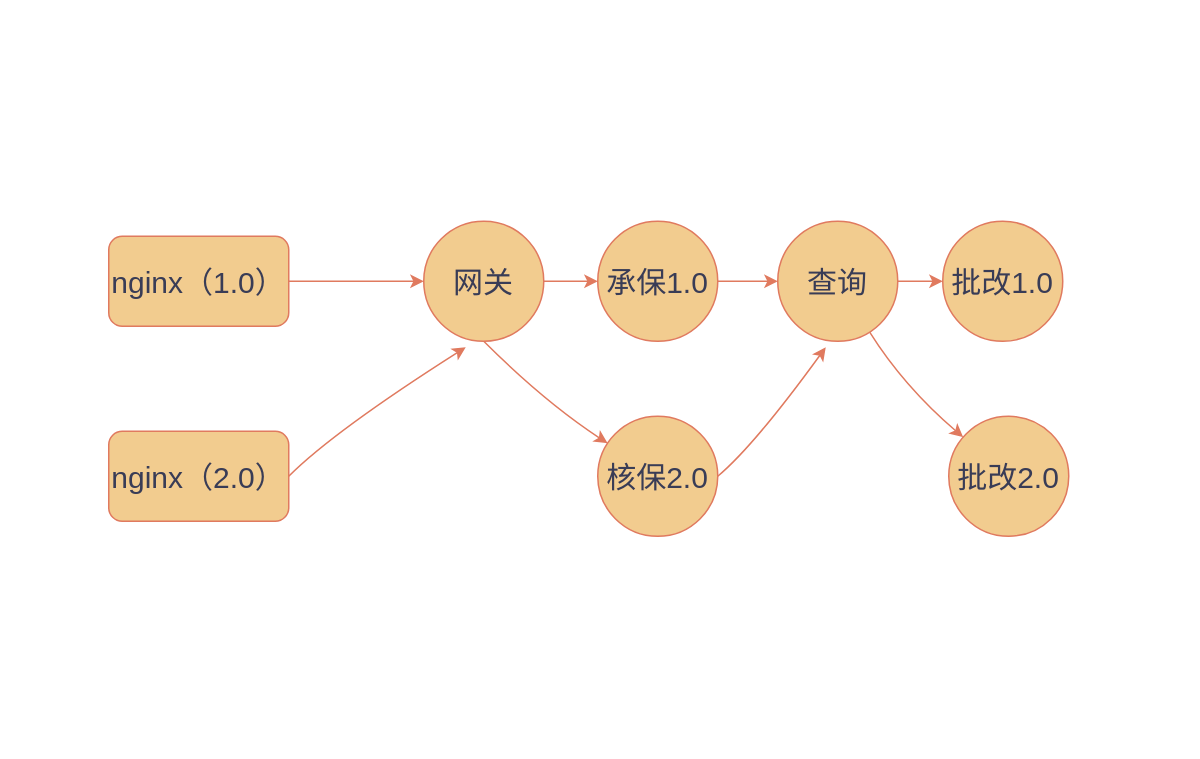
Above: 未命名绘图.drawio in java-zengguang/images (draw.io), before the change. Source tidied: cells renumbered, new cells numbered last; positions are measured from the earlier drawing's top-left corner, leaving out a move shared by most shapes. Both pictures are drawn from the tidied source at 150%, with x=0, y=0 at pixel (108, 220).
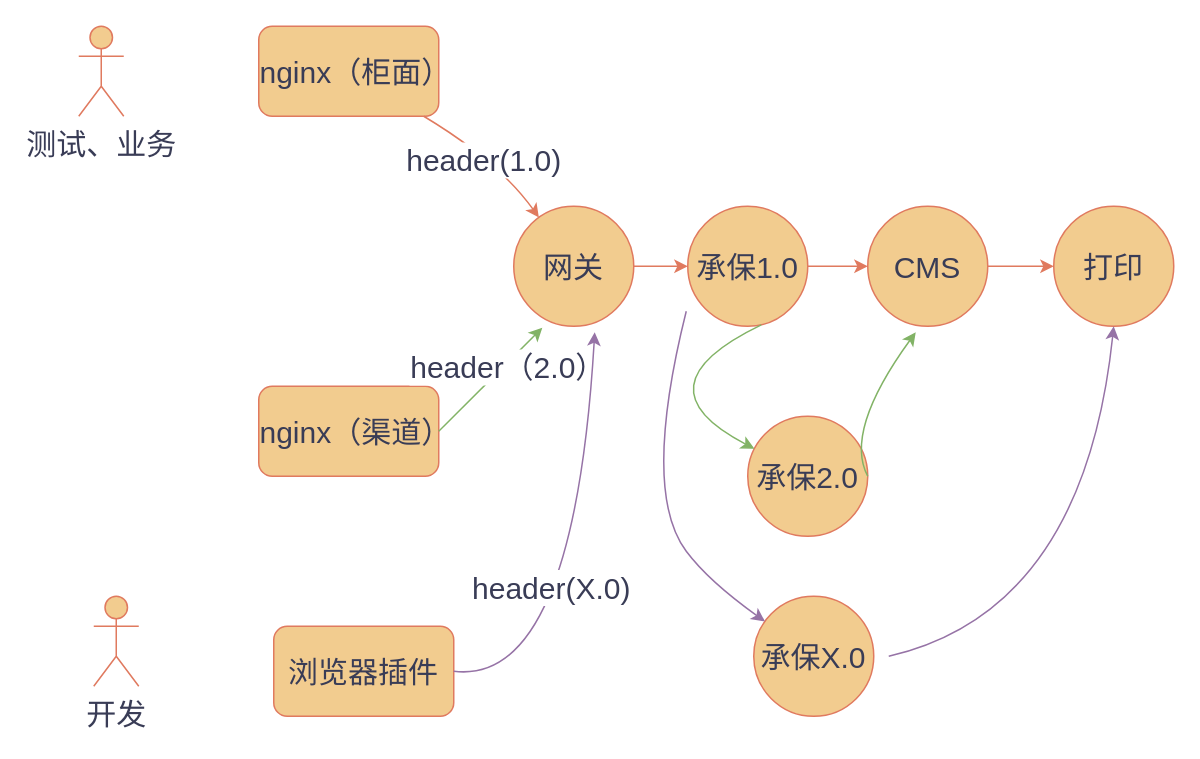
After the change.

Commit message:
更新未命名绘图.drawio

What changed in the source:
```diff
@@
     <mxCell id="3" value="&lt;font style=&quot;font-size: 20px;&quot;&gt;网关&lt;/font&gt;" style="ellipse;whiteSpace=wrap;html=1;labelBackgroundColor=none;fillColor=#F2CC8F;strokeColor=#E07A5F;fontColor=#393C56;" parent="1" vertex="1">
-      <mxGeometry x="210" width="80" height="80" as="geometry" />
+      <mxGeometry x="270" y="-10" width="80" height="80" as="geometry" />
     </mxCell>
@@
     <mxCell id="5" value="&lt;font style=&quot;font-size: 20px;&quot;&gt;承保1.0&lt;/font&gt;" style="ellipse;whiteSpace=wrap;html=1;labelBackgroundColor=none;fillColor=#F2CC8F;strokeColor=#E07A5F;fontColor=#393C56;" parent="1" vertex="1">
-      <mxGeometry x="326" width="80" height="80" as="geometry" />
+      <mxGeometry x="386" y="-10" width="80" height="80" as="geometry" />
     </mxCell>
-    <mxCell id="6" style="edgeStyle=orthogonalEdgeStyle;rounded=0;jettySize=auto;html=1;labelBackgroundColor=none;strokeColor=#E07A5F;fontColor=default;" parent="1" edge="1" source="7" target="11">
+    <mxCell id="6" style="edgeStyle=orthogonalEdgeStyle;rounded=0;jettySize=auto;html=1;labelBackgroundColor=none;strokeColor=#E07A5F;fontColor=default;" parent="1" edge="1" source="7" target="19">
       <mxGeometry relative="1" as="geometry" />
     </mxCell>
-    <mxCell id="7" value="&lt;font style=&quot;font-size: 20px;&quot;&gt;查询&lt;/font&gt;" style="ellipse;whiteSpace=wrap;html=1;labelBackgroundColor=none;fillColor=#F2CC8F;strokeColor=#E07A5F;fontColor=#393C56;" parent="1" vertex="1">
-      <mxGeometry x="446" width="80" height="80" as="geometry" />
+    <mxCell id="7" value="&lt;font style=&quot;font-size: 20px;&quot;&gt;CMS&lt;/font&gt;" style="ellipse;whiteSpace=wrap;html=1;labelBackgroundColor=none;fillColor=#F2CC8F;strokeColor=#E07A5F;fontColor=#393C56;" parent="1" vertex="1">
+      <mxGeometry x="506" y="-10" width="80" height="80" as="geometry" />
     </mxCell>
-    <mxCell id="8" value="&lt;font style=&quot;font-size: 20px;&quot;&gt;核保2.0&lt;/font&gt;" style="ellipse;whiteSpace=wrap;html=1;labelBackgroundColor=none;fillColor=#F2CC8F;strokeColor=#E07A5F;fontColor=#393C56;" parent="1" vertex="1">
-      <mxGeometry x="326" y="130" width="80" height="80" as="geometry" />
+    <mxCell id="8" value="&lt;font style=&quot;font-size: 20px;&quot;&gt;承保2.0&lt;/font&gt;" style="ellipse;whiteSpace=wrap;html=1;labelBackgroundColor=none;fillColor=#F2CC8F;strokeColor=#E07A5F;fontColor=#393C56;" parent="1" vertex="1">
+      <mxGeometry x="426" y="130" width="80" height="80" as="geometry" />
     </mxCell>
-    <mxCell id="9" style="edgeStyle=orthogonalEdgeStyle;rounded=0;jettySize=auto;html=1;labelBackgroundColor=none;strokeColor=#E07A5F;fontColor=default;" parent="1" edge="1" source="10" target="3">
-      <mxGeometry relative="1" as="geometry" />
-    </mxCell>
-    <mxCell id="10" value="&lt;font style=&quot;font-size: 20px;&quot;&gt;nginx（1.0）&lt;/font&gt;" style="rounded=1;whiteSpace=wrap;html=1;labelBackgroundColor=none;fillColor=#F2CC8F;strokeColor=#E07A5F;fontColor=#393C56;" parent="1" vertex="1">
-      <mxGeometry y="10" width="120" height="60" as="geometry" />
+    <mxCell id="10" value="&lt;font style=&quot;font-size: 20px;&quot;&gt;nginx（柜面）&lt;/font&gt;" style="rounded=1;whiteSpace=wrap;html=1;labelBackgroundColor=none;fillColor=#F2CC8F;strokeColor=#E07A5F;fontColor=#393C56;" parent="1" vertex="1">
+      <mxGeometry x="100" y="-130" width="120" height="60" as="geometry" />
     </mxCell>
-    <mxCell id="11" value="&lt;font style=&quot;font-size: 20px;&quot;&gt;批改1.0&lt;/font&gt;" style="ellipse;whiteSpace=wrap;html=1;labelBackgroundColor=none;fillColor=#F2CC8F;strokeColor=#E07A5F;fontColor=#393C56;" parent="1" vertex="1">
-      <mxGeometry x="556" width="80" height="80" as="geometry" />
-    </mxCell>
-    <mxCell id="12" value="&lt;font style=&quot;font-size: 20px;&quot;&gt;批改2.0&lt;/font&gt;" style="ellipse;whiteSpace=wrap;html=1;labelBackgroundColor=none;fillColor=#F2CC8F;strokeColor=#E07A5F;fontColor=#393C56;" parent="1" vertex="1">
-      <mxGeometry x="560" y="130" width="80" height="80" as="geometry" />
-    </mxCell>
-    <mxCell id="13" value="&lt;font style=&quot;font-size: 20px;&quot;&gt;nginx（2.0）&lt;/font&gt;" style="rounded=1;whiteSpace=wrap;html=1;labelBackgroundColor=none;fillColor=#F2CC8F;strokeColor=#E07A5F;fontColor=#393C56;" parent="1" vertex="1">
-      <mxGeometry y="140" width="120" height="60" as="geometry" />
+    <mxCell id="13" value="&lt;font style=&quot;font-size: 20px;&quot;&gt;nginx（渠道）&lt;/font&gt;" style="rounded=1;whiteSpace=wrap;html=1;labelBackgroundColor=none;fillColor=#F2CC8F;strokeColor=#E07A5F;fontColor=#393C56;" parent="1" vertex="1">
+      <mxGeometry x="100" y="110" width="120" height="60" as="geometry" />
     </mxCell>
-    <mxCell id="14" style="curved=1;endArrow=classic;html=1;rounded=0;entryX=0.35;entryY=1.05;entryDx=0;entryDy=0;entryPerimeter=0;exitX=1;exitY=0.5;exitDx=0;exitDy=0;labelBackgroundColor=none;strokeColor=#E07A5F;fontColor=default;" parent="1" edge="1" source="13" target="3">
-      <mxGeometry relative="1" as="geometry">
-        <Array as="points">
-          <mxPoint x="150" y="140" />
-        </Array>
-      </mxGeometry>
+    <mxCell id="14" style="curved=1;endArrow=classic;html=1;rounded=0;entryX=0.238;entryY=1.013;entryDx=0;entryDy=0;entryPerimeter=0;exitX=1;exitY=0.5;exitDx=0;exitDy=0;labelBackgroundColor=none;strokeColor=#82b366;fontColor=default;fillColor=#d5e8d4;" parent="1" edge="1" source="13" target="3">
+      <mxGeometry relative="1" as="geometry" />
     </mxCell>
+    <mxCell id="18" value="&lt;font style=&quot;font-size: 20px;&quot;&gt;header（2.0）&lt;/font&gt;" style="edgeLabel;html=1;align=center;verticalAlign=middle;strokeColor=#E07A5F;fontColor=#393C56;fillColor=#F2CC8F;" parent="14" vertex="1">
+      <mxGeometry x="-0.17" relative="1" as="geometry">
+        <mxPoint x="17" y="-15" as="offset" />
+      </mxGeometry>
+    </mxCell>
-    <mxCell id="15" style="curved=1;endArrow=classic;html=1;rounded=0;exitX=0.5;exitY=1;exitDx=0;exitDy=0;labelBackgroundColor=none;strokeColor=#E07A5F;fontColor=default;" parent="1" edge="1" source="3" target="8">
+    <mxCell id="15" style="curved=1;endArrow=classic;html=1;rounded=0;exitX=0.613;exitY=0.988;exitDx=0;exitDy=0;labelBackgroundColor=none;strokeColor=#82b366;fontColor=default;fillColor=#d5e8d4;exitPerimeter=0;" parent="1" edge="1" source="5" target="8">
       <mxGeometry relative="1" as="geometry">
         <Array as="points">
-          <mxPoint x="290" y="120" />
+          <mxPoint x="350" y="110" />
         </Array>
       </mxGeometry>
     </mxCell>
-    <mxCell id="16" style="curved=1;endArrow=classic;html=1;rounded=0;exitX=1;exitY=0.5;exitDx=0;exitDy=0;entryX=0.4;entryY=1.05;entryDx=0;entryDy=0;entryPerimeter=0;labelBackgroundColor=none;strokeColor=#E07A5F;fontColor=default;" parent="1" edge="1" source="8" target="7">
+    <mxCell id="16" style="curved=1;endArrow=classic;html=1;rounded=0;exitX=1;exitY=0.5;exitDx=0;exitDy=0;entryX=0.4;entryY=1.05;entryDx=0;entryDy=0;entryPerimeter=0;labelBackgroundColor=none;strokeColor=#82b366;fontColor=default;fillColor=#d5e8d4;" parent="1" edge="1" source="8" target="7">
       <mxGeometry relative="1" as="geometry">
         <Array as="points">
-          <mxPoint x="430" y="150" />
+          <mxPoint x="490" y="140" />
         </Array>
       </mxGeometry>
     </mxCell>
-    <mxCell id="17" style="curved=1;endArrow=classic;html=1;rounded=0;labelBackgroundColor=none;strokeColor=#E07A5F;fontColor=default;" parent="1" edge="1" source="7" target="12">
-      <mxGeometry relative="1" as="geometry">
-        <Array as="points">
-          <mxPoint x="530" y="110" />
-        </Array>
-      </mxGeometry>
-    </mxCell>
+    <mxCell id="19" value="&lt;span style=&quot;font-size: 20px;&quot;&gt;打印&lt;/span&gt;" style="ellipse;whiteSpace=wrap;html=1;labelBackgroundColor=none;fillColor=#F2CC8F;strokeColor=#E07A5F;fontColor=#393C56;" parent="1" vertex="1">
+      <mxGeometry x="630" y="-10" width="80" height="80" as="geometry" />
+    </mxCell>
+    <mxCell id="20" value="&lt;font style=&quot;font-size: 20px;&quot;&gt;承保X.0&lt;/font&gt;" style="ellipse;whiteSpace=wrap;html=1;labelBackgroundColor=none;fillColor=#F2CC8F;strokeColor=#E07A5F;fontColor=#393C56;" parent="1" vertex="1">
+      <mxGeometry x="430" y="250" width="80" height="80" as="geometry" />
+    </mxCell>
+    <mxCell id="9" style="curved=1;endArrow=classic;html=1;rounded=0;strokeColor=#E07A5F;fontColor=#393C56;fillColor=#F2CC8F;" parent="1" edge="1" source="10" target="3">
+      <mxGeometry relative="1" as="geometry">
+        <Array as="points">
+          <mxPoint x="260" y="-40" />
+        </Array>
+      </mxGeometry>
+    </mxCell>
+    <mxCell id="21" value="&lt;font style=&quot;font-size: 20px;&quot;&gt;header(1.0)&lt;/font&gt;" style="edgeLabel;html=1;align=center;verticalAlign=middle;strokeColor=#E07A5F;fontColor=#393C56;fillColor=#F2CC8F;" parent="9" vertex="1">
+      <mxGeometry x="-0.06" y="-4" relative="1" as="geometry" />
+    </mxCell>
+    <mxCell id="22" value="&lt;font style=&quot;font-size: 20px;&quot;&gt;测试、业务&lt;/font&gt;" style="shape=umlActor;verticalLabelPosition=bottom;verticalAlign=top;html=1;strokeColor=#E07A5F;fontColor=#393C56;fillColor=#F2CC8F;" parent="1" vertex="1">
+      <mxGeometry x="-20" y="-130" width="30" height="60" as="geometry" />
+    </mxCell>
+    <mxCell id="23" value="&lt;font style=&quot;font-size: 20px;&quot;&gt;浏览器插件&lt;/font&gt;" style="rounded=1;whiteSpace=wrap;html=1;strokeColor=#E07A5F;fontColor=#393C56;fillColor=#F2CC8F;" parent="1" vertex="1">
+      <mxGeometry x="110" y="270" width="120" height="60" as="geometry" />
+    </mxCell>
+    <mxCell id="24" value="&lt;font style=&quot;font-size: 20px;&quot;&gt;开发&lt;/font&gt;" style="shape=umlActor;verticalLabelPosition=bottom;verticalAlign=top;html=1;strokeColor=#E07A5F;fontColor=#393C56;fillColor=#F2CC8F;" parent="1" vertex="1">
+      <mxGeometry x="-10" y="250" width="30" height="60" as="geometry" />
+    </mxCell>
+    <mxCell id="25" style="curved=1;endArrow=classic;html=1;rounded=0;strokeColor=#9673a6;fontColor=#393C56;fillColor=#e1d5e7;entryX=0.675;entryY=1.05;entryDx=0;entryDy=0;entryPerimeter=0;exitX=1;exitY=0.5;exitDx=0;exitDy=0;" parent="1" edge="1" source="23" target="3">
+      <mxGeometry relative="1" as="geometry">
+        <Array as="points">
+          <mxPoint x="310" y="310" />
+        </Array>
+      </mxGeometry>
+    </mxCell>
+    <mxCell id="26" value="&lt;font style=&quot;font-size: 20px;&quot;&gt;header(X.0)&lt;/font&gt;" style="edgeLabel;html=1;align=center;verticalAlign=middle;strokeColor=#E07A5F;fontColor=#393C56;fillColor=#F2CC8F;" parent="25" vertex="1">
+      <mxGeometry x="-0.08" y="19" relative="1" as="geometry" />
+    </mxCell>
+    <mxCell id="27" style="curved=1;endArrow=classic;html=1;rounded=0;strokeColor=#9673a6;fontColor=#393C56;fillColor=#e1d5e7;" parent="1" edge="1" target="20">
+      <mxGeometry relative="1" as="geometry">
+        <mxPoint x="385" y="60" as="sourcePoint" />
+        <Array as="points">
+          <mxPoint x="370" y="120" />
+          <mxPoint x="370" y="200" />
+          <mxPoint x="400" y="240" />
+        </Array>
+      </mxGeometry>
+    </mxCell>
+    <mxCell id="28" style="edgeLabel;html=1;align=center;verticalAlign=middle;strokeColor=#E07A5F;fontColor=#393C56;fillColor=#F2CC8F;" parent="27" vertex="1">
+      <mxGeometry x="0.6" y="-4" relative="1" as="geometry" />
+    </mxCell>
+    <mxCell id="29" style="curved=1;endArrow=classic;html=1;rounded=0;strokeColor=#9673a6;fontColor=#393C56;fillColor=#e1d5e7;entryX=0.5;entryY=1;entryDx=0;entryDy=0;" parent="1" edge="1" target="19">
+      <mxGeometry relative="1" as="geometry">
+        <mxPoint x="520" y="290" as="sourcePoint" />
+        <Array as="points">
+          <mxPoint x="650" y="260" />
+        </Array>
+      </mxGeometry>
+    </mxCell>
```
